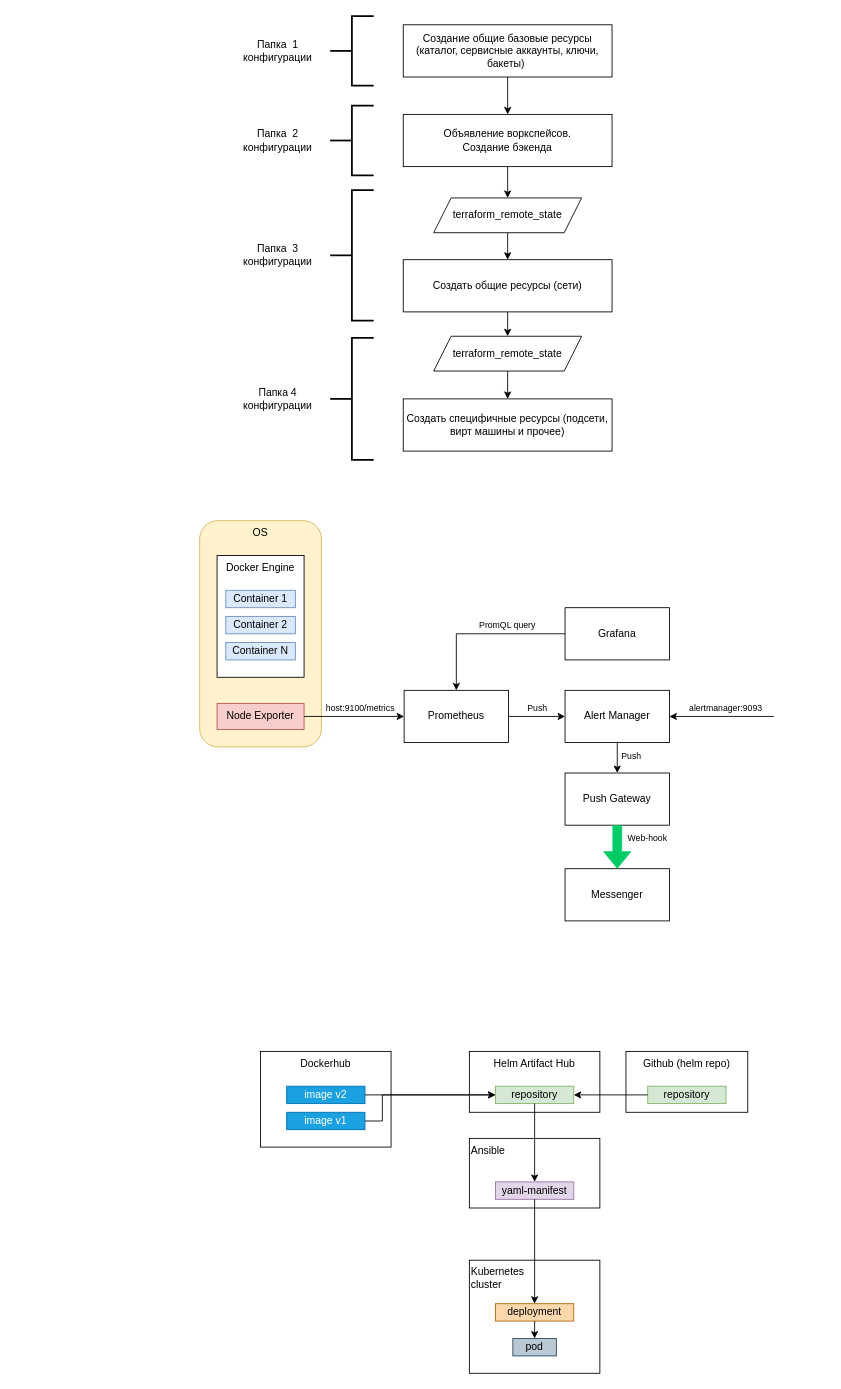
Earlier version of the draw.io diagram 16-diploma-yc/images/diagrams.drawio (olezhuravlev/devops-diploma-yandexcloud). Source tidied: cells renumbered, new cells numbered last; positions are measured from the earlier drawing's top-left corner, leaving out a move shared by most shapes. Both pictures are drawn from the tidied source at 87%, with x=0, y=0 at pixel (199, 16).
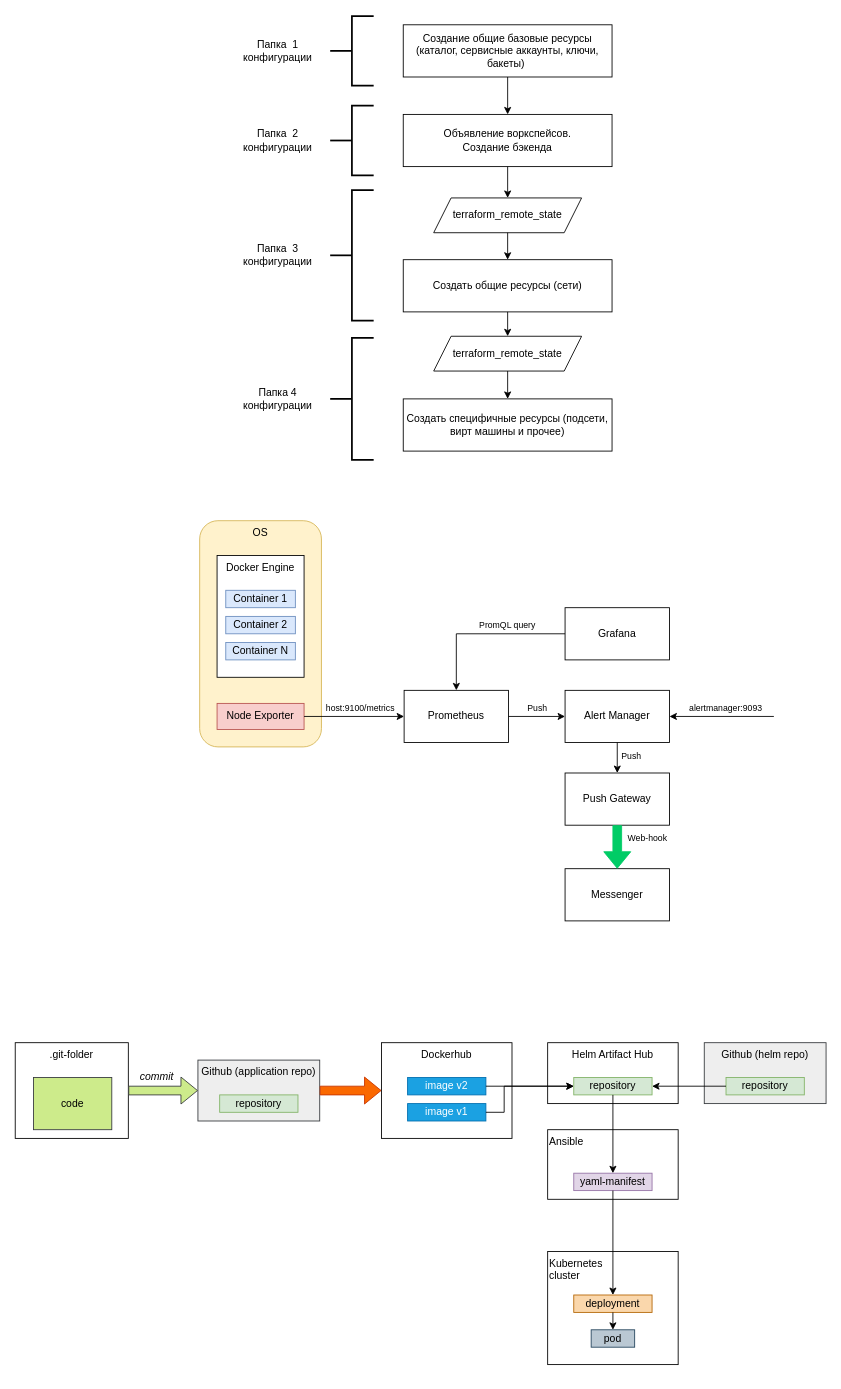
After the change.

The edit, as a diff of the source:
```diff
@@
     <mxCell id="44" value="Dockerhub" style="rounded=0;whiteSpace=wrap;html=1;align=center;verticalAlign=top;" parent="1" vertex="1">
-      <mxGeometry x="70" y="1190" width="150" height="110" as="geometry" />
+      <mxGeometry x="209" y="1180" width="150" height="110" as="geometry" />
     </mxCell>
-    <mxCell id="45" value="Github (helm repo)" style="rounded=0;whiteSpace=wrap;html=1;verticalAlign=top;align=center;" parent="1" vertex="1">
-      <mxGeometry x="490" y="1190" width="140" height="70" as="geometry" />
+    <mxCell id="45" value="Github (helm repo)" style="rounded=0;whiteSpace=wrap;html=1;verticalAlign=top;align=center;fillColor=#eeeeee;strokeColor=#36393d;" parent="1" vertex="1">
+      <mxGeometry x="580" y="1180" width="140" height="70" as="geometry" />
     </mxCell>
     <mxCell id="46" value="Helm Artifact Hub" style="rounded=0;whiteSpace=wrap;html=1;align=center;verticalAlign=top;" parent="1" vertex="1">
-      <mxGeometry x="310" y="1190" width="150" height="70" as="geometry" />
+      <mxGeometry x="400" y="1180" width="150" height="70" as="geometry" />
     </mxCell>
     <mxCell id="47" value="Ansible" style="rounded=0;whiteSpace=wrap;html=1;align=left;verticalAlign=top;" parent="1" vertex="1">
-      <mxGeometry x="310" y="1290" width="150" height="80" as="geometry" />
+      <mxGeometry x="400" y="1280" width="150" height="80" as="geometry" />
     </mxCell>
     <mxCell id="48" value="yaml-manifest" style="rounded=0;whiteSpace=wrap;html=1;fillColor=#e1d5e7;strokeColor=#9673a6;" parent="1" vertex="1">
-      <mxGeometry x="340" y="1340" width="90" height="20" as="geometry" />
+      <mxGeometry x="430" y="1330" width="90" height="20" as="geometry" />
     </mxCell>
     <mxCell id="49" value="repository" style="rounded=0;whiteSpace=wrap;html=1;fillColor=#d5e8d4;strokeColor=#82b366;" parent="1" vertex="1">
-      <mxGeometry x="340" y="1230" width="90" height="20" as="geometry" />
+      <mxGeometry x="430" y="1220" width="90" height="20" as="geometry" />
     </mxCell>
     <mxCell id="50" value="repository" style="rounded=0;whiteSpace=wrap;html=1;fillColor=#d5e8d4;strokeColor=#82b366;" parent="1" vertex="1">
-      <mxGeometry x="515" y="1230" width="90" height="20" as="geometry" />
+      <mxGeometry x="605" y="1220" width="90" height="20" as="geometry" />
     </mxCell>
     <mxCell id="51" value="image v2" style="rounded=0;whiteSpace=wrap;html=1;fillColor=#1ba1e2;strokeColor=#006EAF;fontColor=#ffffff;" parent="1" vertex="1">
-      <mxGeometry x="100" y="1230" width="90" height="20" as="geometry" />
+      <mxGeometry x="239" y="1220" width="90" height="20" as="geometry" />
     </mxCell>
     <mxCell id="52" value="image v1" style="rounded=0;whiteSpace=wrap;html=1;fillColor=#1ba1e2;strokeColor=#006EAF;fontColor=#ffffff;" parent="1" vertex="1">
-      <mxGeometry x="100" y="1260" width="90" height="20" as="geometry" />
+      <mxGeometry x="239" y="1250" width="90" height="20" as="geometry" />
     </mxCell>
@@
-    <mxCell id="54" style="endArrow=classic;html=1;rounded=0;entryX=0;entryY=0.5;entryDx=0;entryDy=0;exitX=1;exitY=0.5;exitDx=0;exitDy=0;" parent="1" edge="1" source="52" target="49">
-      <mxGeometry relative="1" as="geometry">
-        <Array as="points">
-          <mxPoint x="210" y="1270" />
-          <mxPoint x="210" y="1240" />
-        </Array>
-      </mxGeometry>
-    </mxCell>
@@
     <mxCell id="57" value="Kubernetes&lt;br&gt;cluster" style="rounded=0;whiteSpace=wrap;html=1;align=left;verticalAlign=top;" parent="1" vertex="1">
-      <mxGeometry x="310" y="1430" width="150" height="130" as="geometry" />
+      <mxGeometry x="400" y="1420" width="150" height="130" as="geometry" />
     </mxCell>
     <mxCell id="58" value="deployment" style="rounded=0;whiteSpace=wrap;html=1;fillColor=#fad7ac;strokeColor=#b46504;" parent="1" vertex="1">
-      <mxGeometry x="340" y="1480" width="90" height="20" as="geometry" />
+      <mxGeometry x="430" y="1470" width="90" height="20" as="geometry" />
     </mxCell>
     <mxCell id="59" value="pod" style="rounded=0;whiteSpace=wrap;html=1;fillColor=#bac8d3;strokeColor=#23445d;" parent="1" vertex="1">
-      <mxGeometry x="360" y="1520" width="50" height="20" as="geometry" />
+      <mxGeometry x="450" y="1510" width="50" height="20" as="geometry" />
     </mxCell>
@@
+    <mxCell id="62" value="Github (application repo)" style="rounded=0;whiteSpace=wrap;html=1;verticalAlign=top;align=center;fillColor=#eeeeee;strokeColor=#36393d;" parent="1" vertex="1">
+      <mxGeometry x="-2" y="1200" width="140" height="70" as="geometry" />
+    </mxCell>
+    <mxCell id="63" value="repository" style="rounded=0;whiteSpace=wrap;html=1;fillColor=#d5e8d4;strokeColor=#82b366;" parent="1" vertex="1">
+      <mxGeometry x="23" y="1240" width="90" height="20" as="geometry" />
+    </mxCell>
+    <mxCell id="54" style="endArrow=classic;html=1;rounded=0;entryX=0;entryY=0.5;entryDx=0;entryDy=0;exitX=1;exitY=0.5;exitDx=0;exitDy=0;" parent="1" edge="1" source="52" target="49">
+      <mxGeometry relative="1" as="geometry">
+        <Array as="points">
+          <mxPoint x="350" y="1260" />
+          <mxPoint x="350" y="1230" />
+        </Array>
+      </mxGeometry>
+    </mxCell>
+    <mxCell id="64" value=".git-folder" style="rounded=0;whiteSpace=wrap;html=1;verticalAlign=top;align=center;" parent="1" vertex="1">
+      <mxGeometry x="-212" y="1180" width="130" height="110" as="geometry" />
+    </mxCell>
+    <mxCell id="65" value="code" style="rounded=0;whiteSpace=wrap;html=1;fillColor=#cdeb8b;strokeColor=#36393d;" parent="1" vertex="1">
+      <mxGeometry x="-191" y="1220" width="90" height="60" as="geometry" />
+    </mxCell>
+    <mxCell id="66" style="shape=flexArrow;endArrow=classic;html=1;rounded=0;entryX=0;entryY=0.5;entryDx=0;entryDy=0;exitX=1;exitY=0.5;exitDx=0;exitDy=0;fillColor=#cdeb8b;strokeColor=#36393d;" parent="1" edge="1" source="64" target="62">
+      <mxGeometry relative="1" as="geometry" />
+    </mxCell>
+    <mxCell id="67" value="commit" style="text;html=1;strokeColor=none;fillColor=none;align=center;verticalAlign=middle;whiteSpace=wrap;rounded=0;fontStyle=2;" parent="1" vertex="1">
+      <mxGeometry x="-74" y="1210" width="50" height="18" as="geometry" />
+    </mxCell>
+    <mxCell id="68" style="shape=flexArrow;endArrow=classic;html=1;rounded=0;exitX=1;exitY=0.5;exitDx=0;exitDy=0;entryX=0;entryY=0.5;entryDx=0;entryDy=0;fillColor=#fa6800;strokeColor=#C73500;" parent="1" edge="1" source="62" target="44">
+      <mxGeometry relative="1" as="geometry" />
+    </mxCell>
```
